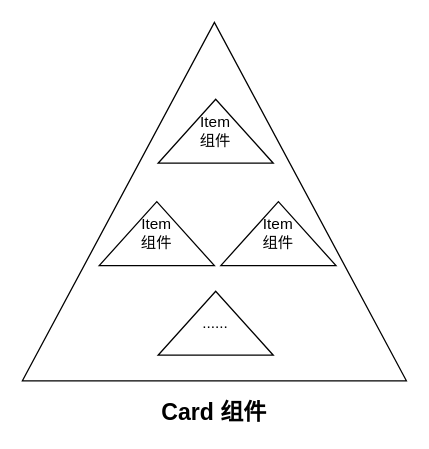
fedorjia/draw-io-files keeps this draw.io diagram as zhishi-component-card-item.drawio. Above is the earlier version. Source tidied: cells renumbered, new cells numbered last; positions are measured from the earlier drawing's top-left corner, leaving out a move shared by most shapes. Both pictures are drawn from the tidied source at 128%, with x=0, y=0 at pixel (22, 22).
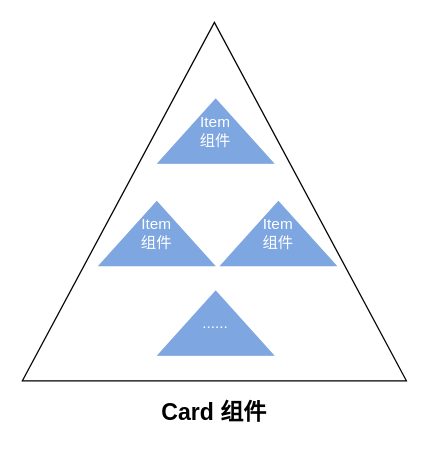
Above is the later version.

The edit, as a diff of the source:
```diff
@@
 <mxGraphModel>
   <root>
     <mxCell id="0" />
     <mxCell id="1" parent="0" />
     <mxCell id="2" value="Card 组件" style="text;align=center;fontStyle=1;verticalAlign=middle;spacingLeft=3;spacingRight=3;strokeColor=none;fontSize=18;" parent="1" vertex="1">
       <mxGeometry x="110" y="290" width="80" height="26" as="geometry" />
     </mxCell>
     <mxCell id="3" style="triangle;whiteSpace=wrap;html=1;direction=north;" parent="1" vertex="1">
       <mxGeometry width="300" height="280" as="geometry" />
     </mxCell>
-    <mxCell id="4" value="Item&lt;br&gt;组件" style="triangle;whiteSpace=wrap;html=1;direction=north;" parent="1" vertex="1">
+    <mxCell id="4" value="&lt;font color=&quot;#ffffff&quot;&gt;Item&lt;br&gt;组件&lt;/font&gt;" style="triangle;whiteSpace=wrap;html=1;direction=north;fillColor=#7EA6E0;strokeColor=#7EA6E0;" parent="1" vertex="1">
       <mxGeometry x="106" y="60" width="90" height="50" as="geometry" />
     </mxCell>
-    <mxCell id="5" value="Item&lt;br&gt;组件" style="triangle;whiteSpace=wrap;html=1;direction=north;" parent="1" vertex="1">
+    <mxCell id="5" value="&lt;font color=&quot;#ffffff&quot;&gt;Item&lt;br&gt;组件&lt;/font&gt;" style="triangle;whiteSpace=wrap;html=1;direction=north;fillColor=#7EA6E0;strokeColor=#7EA6E0;" parent="1" vertex="1">
       <mxGeometry x="60" y="140" width="90" height="50" as="geometry" />
     </mxCell>
-    <mxCell id="6" value="Item&lt;br&gt;组件" style="triangle;whiteSpace=wrap;html=1;direction=north;" parent="1" vertex="1">
+    <mxCell id="6" value="&lt;font color=&quot;#ffffff&quot;&gt;Item&lt;br&gt;组件&lt;/font&gt;" style="triangle;whiteSpace=wrap;html=1;direction=north;fillColor=#7EA6E0;strokeColor=#7EA6E0;" parent="1" vertex="1">
       <mxGeometry x="155" y="140" width="90" height="50" as="geometry" />
     </mxCell>
-    <mxCell id="7" value="......" style="triangle;whiteSpace=wrap;html=1;direction=north;" parent="1" vertex="1">
+    <mxCell id="7" value="&lt;font color=&quot;#ffffff&quot;&gt;......&lt;/font&gt;" style="triangle;whiteSpace=wrap;html=1;direction=north;fillColor=#7EA6E0;strokeColor=#7EA6E0;" parent="1" vertex="1">
       <mxGeometry x="106" y="210" width="90" height="50" as="geometry" />
     </mxCell>
   </root>
 </mxGraphModel>
```
